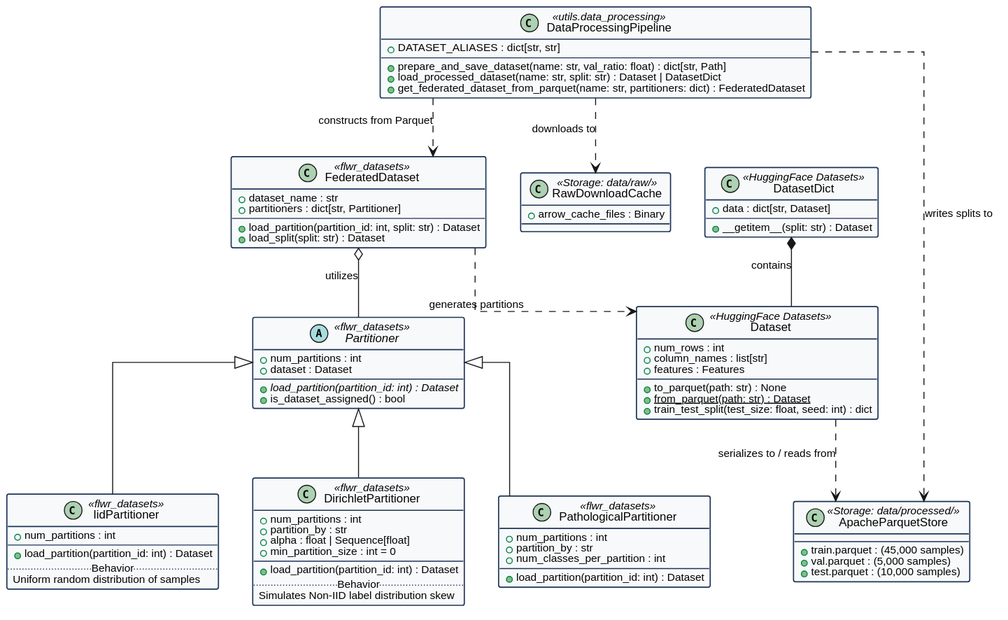
Above: diagrams/01-class-diagrams/data_pipeline_classes.svg in bernardbdas/research (PlantUML), before the change.
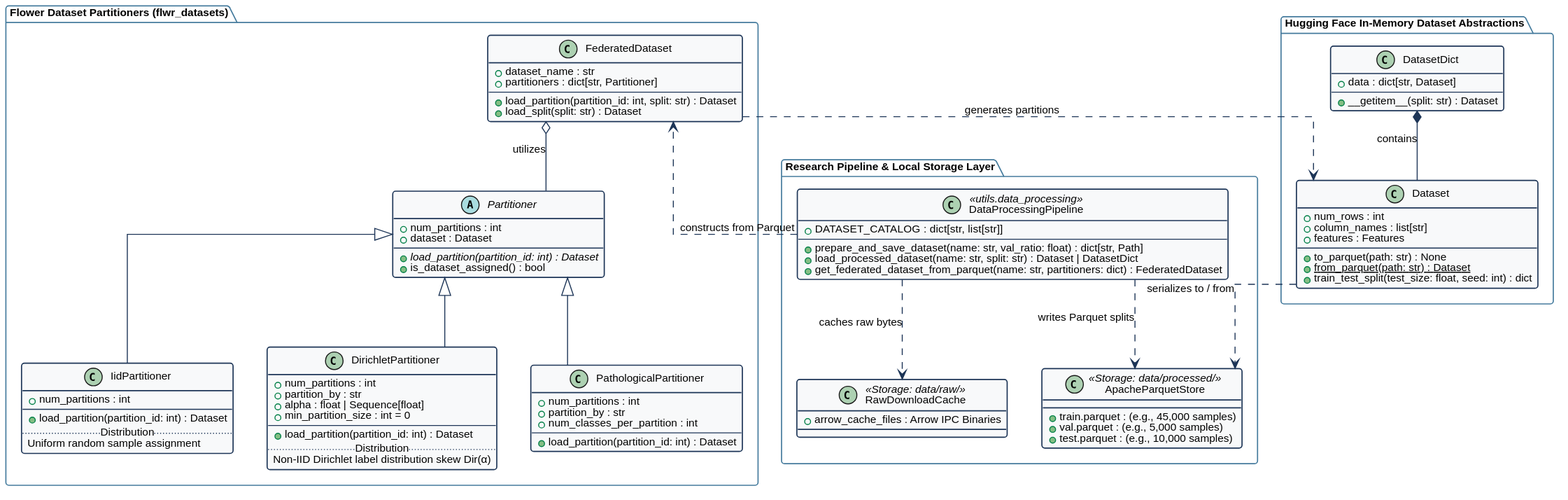
Later version of the same file.

Diff of the diagram source:
```diff
@@ -1,95 +1,108 @@
 @startuml
 skinparam monochrome false
 skinparam shadowing false
-skinparam roundcorner 4
+skinparam roundcorner 6
 skinparam defaultFontName "Helvetica"
 skinparam defaultFontSize 11
-skinparam classFontSize 12
+skinparam classFontSize 11
 skinparam linetype ortho
 
 skinparam class {
     BackgroundColor #F8F9FA
     BorderColor #1D3557
     BorderThickness 1.2
+    ArrowColor #1D3557
 }
 
-abstract class "Partitioner" as Partitioner <<flwr_datasets>> {
-    + num_partitions : int
-    + dataset : Dataset
-    --
-    + {abstract} load_partition(partition_id: int) : Dataset
-    + is_dataset_assigned() : bool
+skinparam package {
+    BackgroundColor #FFFFFF
+    BorderColor #457B9D
+    BorderThickness 1.2
+    FontStyle bold
 }
 
-class "IidPartitioner" as IidPartitioner <<flwr_datasets>> {
-    + num_partitions : int
-    --
-    + load_partition(partition_id: int) : Dataset
-    .. Behavior ..
-    Uniform random distribution of samples
+package "Flower Dataset Partitioners (flwr_datasets)" {
+    abstract class "Partitioner" as Partitioner {
+        + num_partitions : int
+        + dataset : Dataset
+        --
+        + {abstract} load_partition(partition_id: int) : Dataset
+        + is_dataset_assigned() : bool
+    }
+
+    class "IidPartitioner" as IidPartitioner {
+        + num_partitions : int
+        --
+        + load_partition(partition_id: int) : Dataset
+        .. Distribution ..
+        Uniform random sample assignment
+    }
+
+    class "DirichletPartitioner" as DirichletPartitioner {
+        + num_partitions : int
+        + partition_by : str
+        + alpha : float | Sequence[float]
+        + min_partition_size : int = 0
+        --
+        + load_partition(partition_id: int) : Dataset
+        .. Distribution ..
+        Non-IID Dirichlet label distribution skew Dir(α)
+    }
+
+    class "PathologicalPartitioner" as PathoPartitioner {
+        + num_partitions : int
+        + partition_by : str
+        + num_classes_per_partition : int
+        --
+        + load_partition(partition_id: int) : Dataset
+    }
+
+    class "FederatedDataset" as FederatedDataset {
+        + dataset_name : str
+        + partitioners : dict[str, Partitioner]
+        --
+        + load_partition(partition_id: int, split: str) : Dataset
+        + load_split(split: str) : Dataset
+    }
 }
 
-class "DirichletPartitioner" as DirichletPartitioner <<flwr_datasets>> {
-    + num_partitions : int
-    + partition_by : str
-    + alpha : float | Sequence[float]
-    + min_partition_size : int = 0
-    --
-    + load_partition(partition_id: int) : Dataset
-    .. Behavior ..
-    Simulates Non-IID label distribution skew
+package "Hugging Face In-Memory Dataset Abstractions" {
+    class "Dataset" as HFDataset {
+        + num_rows : int
+        + column_names : list[str]
+        + features : Features
+        --
+        + to_parquet(path: str) : None
+        + {static} from_parquet(path: str) : Dataset
+        + train_test_split(test_size: float, seed: int) : dict
+    }
+
+    class "DatasetDict" as HFDatasetDict {
+        + data : dict[str, Dataset]
+        --
+        + __getitem__(split: str) : Dataset
+    }
 }
 
-class "PathologicalPartitioner" as PathoPartitioner <<flwr_datasets>> {
-    + num_partitions : int
-    + partition_by : str
-    + num_classes_per_partition : int
-    --
-    + load_partition(partition_id: int) : Dataset
+package "Research Pipeline & Local Storage Layer" {
+    class "DataProcessingPipeline" as Pipeline <<utils.data_processing>> {
+        + DATASET_CATALOG : dict[str, list[str]]
+        --
+        + prepare_and_save_dataset(name: str, val_ratio: float) : dict[str, Path]
+        + load_processed_dataset(name: str, split: str) : Dataset | DatasetDict
+        + get_federated_dataset_from_parquet(name: str, partitioners: dict) : FederatedDataset
+    }
+
+    class "ApacheParquetStore" as ParquetStore <<Storage: data/processed/>> {
+        + train.parquet : (e.g., 45,000 samples)
+        + val.parquet : (e.g., 5,000 samples)
+        + test.parquet : (e.g., 10,000 samples)
+    }
+
+    class "RawDownloadCache" as RawStore <<Storage: data/raw/>> {
+        + arrow_cache_files : Arrow IPC Binaries
+    }
 }
-
-class "FederatedDataset" as FederatedDataset <<flwr_datasets>> {
-    + dataset_name : str
-    + partitioners : dict[str, Partitioner]
-    --
-    + load_partition(partition_id: int, split: str) : Dataset
-    + load_split(split: str) : Dataset
-}
-
-class "Dataset" as HFDataset <<HuggingFace Datasets>> {
-    + num_rows : int
-    + column_names : list[str]
-    + features : Features
-    --
-    + to_parquet(path: str) : None
-    + {static} from_parquet(path: str) : Dataset
-    + train_test_split(test_size: float, seed: int) : dict
-}
-
-class "DatasetDict" as HFDatasetDict <<HuggingFace Datasets>> {
-    + data : dict[str, Dataset]
-    --
-    + __getitem__(split: str) : Dataset
-}
-
-class "DataProcessingPipeline" as Pipeline <<utils.data_processing>> {
-    + DATASET_ALIASES : dict[str, str]
-    --
-    + prepare_and_save_dataset(name: str, val_ratio: float) : dict[str, Path]
-    + load_processed_dataset(name: str, split: str) : Dataset | DatasetDict
-    + get_federated_dataset_from_parquet(name: str, partitioners: dict) : FederatedDataset
-}
-
-class "ApacheParquetStore" as ParquetStore <<Storage: data/processed/>> {
-    + train.parquet : (45,000 samples)
-    + val.parquet : (5,000 samples)
-    + test.parquet : (10,000 samples)
-}
-
-class "RawDownloadCache" as RawStore <<Storage: data/raw/>> {
-    + arrow_cache_files : Binary
-}
-
 
 Partitioner <|-- IidPartitioner
 Partitioner <|-- DirichletPartitioner
@@ -98,9 +111,9 @@
 FederatedDataset o-- Partitioner : utilizes
 FederatedDataset ..> HFDataset : generates partitions
 
-Pipeline ..> RawStore : downloads to
-Pipeline ..> ParquetStore : writes splits to
+Pipeline ..> RawStore : caches raw bytes
+Pipeline ..> ParquetStore : writes Parquet splits
 Pipeline ..> FederatedDataset : constructs from Parquet
-HFDataset ..> ParquetStore : serializes to / reads from
+HFDataset ..> ParquetStore : serializes to / from
 HFDatasetDict *-- HFDataset : contains
 @enduml
```
